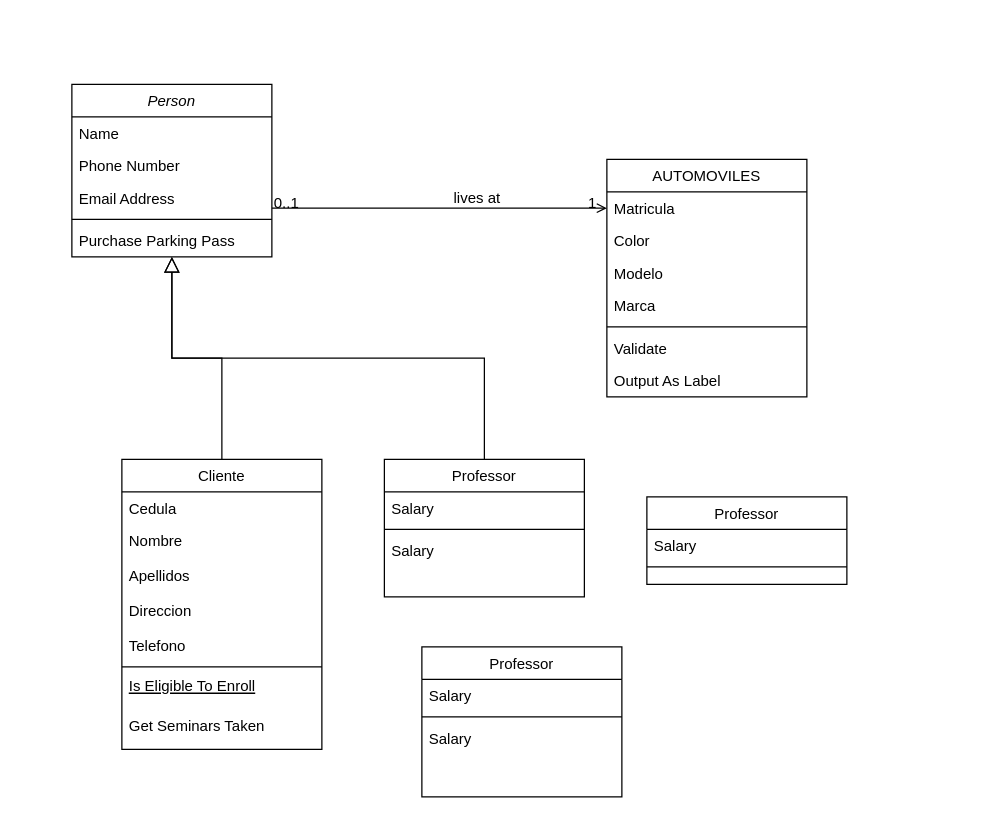
This is Untitled Diagram.drawio from Mateozzzz/Flowcharts-sena-, a draw.io file, before an edit. Source tidied: cells renumbered, new cells numbered last; positions are measured from the earlier drawing's top-left corner, leaving out a move shared by most shapes. Both pictures are drawn from the tidied source at 125%, with x=0, y=0 at pixel (71, 84).
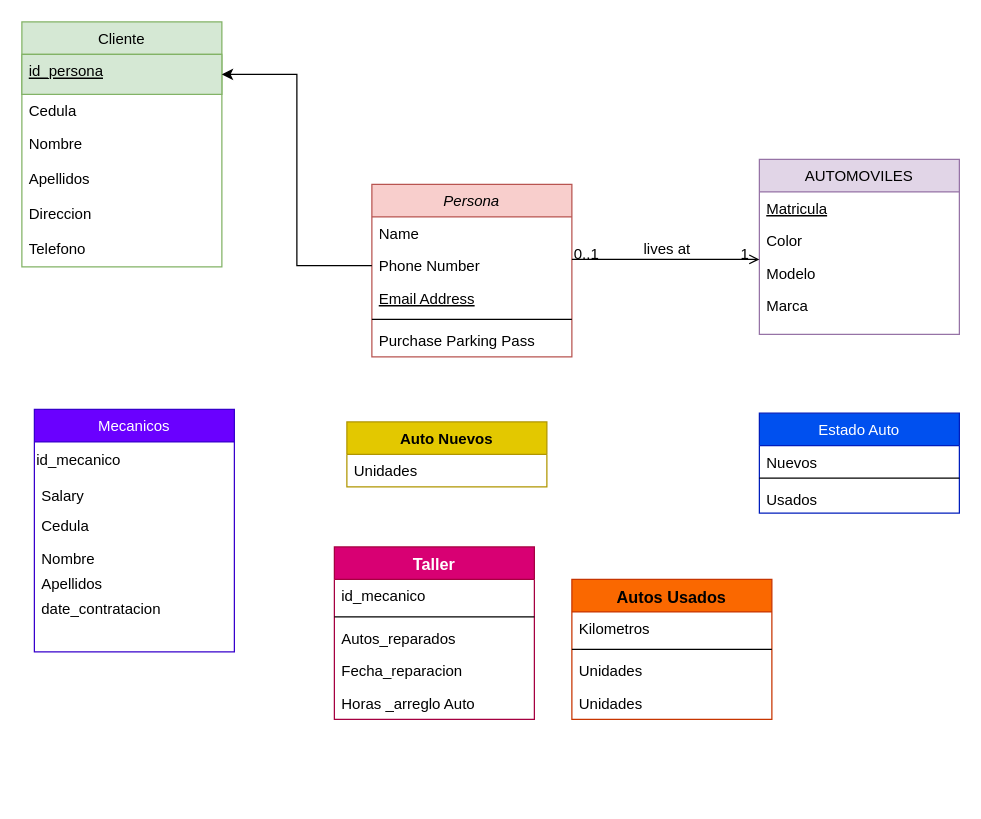
After the change.

The change refers to these unchanged cells:
```xml
<mxCell id="4" value="Phone Number" style="text;align=left;verticalAlign=top;spacingLeft=4;spacingRight=4;overflow=hidden;points=[[0,0.5],[1,0.5]];portConstraint=eastwest;rounded=0;shadow=0;html=0;" parent="2" vertex="1">
  <mxGeometry y="52" width="160" height="26" as="geometry" />
</mxCell>
```

Change to the diagram source:
```diff
@@
-    <mxCell id="2" value="Person" style="swimlane;fontStyle=2;align=center;verticalAlign=top;horizontal=1;startSize=26;rounded=0;shadow=0;strokeWidth=1;" parent="1" vertex="1">
-      <mxGeometry width="160" height="138" as="geometry" />
+    <mxCell id="2" value="Persona " style="swimlane;fontStyle=2;align=center;verticalAlign=top;horizontal=1;startSize=26;rounded=0;shadow=0;strokeWidth=1;fillColor=#f8cecc;strokeColor=#b85450;" parent="1" vertex="1">
+      <mxGeometry x="240" y="80" width="160" height="138" as="geometry" />
     </mxCell>
@@
-    <mxCell id="5" value="Email Address" style="text;align=left;verticalAlign=top;spacingLeft=4;spacingRight=4;overflow=hidden;rounded=0;shadow=0;html=0;" parent="2" vertex="1">
+    <mxCell id="5" value="Email Address" style="text;align=left;verticalAlign=top;spacingLeft=4;spacingRight=4;overflow=hidden;rounded=0;shadow=0;html=0;fontStyle=4;" parent="2" vertex="1">
       <mxGeometry y="78" width="160" height="26" as="geometry" />
     </mxCell>
@@
-    <mxCell id="8" value="Cliente" style="swimlane;fontStyle=0;align=center;verticalAlign=top;horizontal=1;startSize=26;rounded=0;shadow=0;strokeWidth=1;" parent="1" vertex="1">
-      <mxGeometry x="40" y="300" width="160" height="232" as="geometry" />
+    <mxCell id="8" value="Cliente" style="swimlane;fontStyle=0;align=center;verticalAlign=top;horizontal=1;startSize=26;rounded=0;shadow=0;strokeWidth=1;fillColor=#d5e8d4;strokeColor=#82b366;" parent="1" vertex="1">
+      <mxGeometry x="-40" y="-50" width="160" height="196" as="geometry" />
     </mxCell>
+    <mxCell id="15" value="id_persona" style="text;align=left;verticalAlign=top;spacingLeft=4;spacingRight=4;overflow=hidden;points=[[0,0.5],[1,0.5]];portConstraint=eastwest;fontStyle=4;fillColor=#d5e8d4;strokeColor=#82b366;" parent="8" vertex="1">
+      <mxGeometry y="26" width="160" height="32" as="geometry" />
+    </mxCell>
-    <mxCell id="9" value="Cedula" style="text;align=left;verticalAlign=top;spacingLeft=4;spacingRight=4;overflow=hidden;" parent="8" vertex="1">
-      <mxGeometry y="26" width="160" height="26" as="geometry" />
+    <mxCell id="9" value="Cedula" style="text;align=left;verticalAlign=top;spacingLeft=4;spacingRight=4;overflow=hidden;fontStyle=0;" parent="8" vertex="1">
+      <mxGeometry y="58" width="160" height="26" as="geometry" />
     </mxCell>
     <mxCell id="10" value="Nombre" style="text;align=left;verticalAlign=top;spacingLeft=4;spacingRight=4;overflow=hidden;rounded=0;shadow=0;html=0;" parent="8" vertex="1">
-      <mxGeometry y="52" width="160" height="28" as="geometry" />
+      <mxGeometry y="84" width="160" height="28" as="geometry" />
     </mxCell>
     <mxCell id="11" value="Apellidos" style="text;align=left;verticalAlign=top;spacingLeft=4;spacingRight=4;overflow=hidden;rounded=0;shadow=0;html=0;" parent="8" vertex="1">
-      <mxGeometry y="80" width="160" height="28" as="geometry" />
+      <mxGeometry y="112" width="160" height="28" as="geometry" />
     </mxCell>
     <mxCell id="12" value="Direccion" style="text;align=left;verticalAlign=top;spacingLeft=4;spacingRight=4;overflow=hidden;rounded=0;shadow=0;html=0;" parent="8" vertex="1">
-      <mxGeometry y="108" width="160" height="28" as="geometry" />
+      <mxGeometry y="140" width="160" height="28" as="geometry" />
     </mxCell>
     <mxCell id="13" value="Telefono" style="text;align=left;verticalAlign=top;spacingLeft=4;spacingRight=4;overflow=hidden;rounded=0;shadow=0;html=0;" parent="8" vertex="1">
-      <mxGeometry y="136" width="160" height="28" as="geometry" />
+      <mxGeometry y="168" width="160" height="28" as="geometry" />
     </mxCell>
-    <mxCell id="14" style="line;html=1;strokeWidth=1;align=left;verticalAlign=middle;spacingTop=-1;spacingLeft=3;spacingRight=3;labelPosition=right;" parent="8" vertex="1">
-      <mxGeometry y="164" width="160" height="4" as="geometry" />
-    </mxCell>
-    <mxCell id="15" value="Is Eligible To Enroll" style="text;align=left;verticalAlign=top;spacingLeft=4;spacingRight=4;overflow=hidden;points=[[0,0.5],[1,0.5]];portConstraint=eastwest;fontStyle=4;" parent="8" vertex="1">
-      <mxGeometry y="168" width="160" height="32" as="geometry" />
-    </mxCell>
-    <mxCell id="16" value="Get Seminars Taken" style="text;align=left;verticalAlign=top;spacingLeft=4;spacingRight=4;overflow=hidden;" parent="8" vertex="1">
-      <mxGeometry y="200" width="160" height="32" as="geometry" />
-    </mxCell>
-    <mxCell id="17" style="endArrow=block;endSize=10;endFill=0;shadow=0;strokeWidth=1;rounded=0;edgeStyle=elbowEdgeStyle;elbow=vertical;" parent="1" edge="1" source="8" target="2">
-      <mxGeometry relative="1" as="geometry" />
-    </mxCell>
-    <mxCell id="18" value="Professor" style="swimlane;fontStyle=0;align=center;verticalAlign=top;horizontal=1;startSize=26;rounded=0;shadow=0;strokeWidth=1;" parent="1" vertex="1">
-      <mxGeometry x="250" y="300" width="160" height="110" as="geometry" />
+    <mxCell id="18" value="Mecanicos " style="swimlane;fontStyle=0;align=center;verticalAlign=top;horizontal=1;startSize=26;rounded=0;shadow=0;strokeWidth=1;fillColor=#6a00ff;fontColor=#ffffff;strokeColor=#3700CC;" parent="1" vertex="1">
+      <mxGeometry x="-30" y="260" width="160" height="194" as="geometry" />
     </mxCell>
+    <mxCell id="42" value="&lt;div align=&quot;left&quot;&gt;id_mecanico&lt;/div&gt;" style="text;html=1;align=left;verticalAlign=middle;strokeColor=none;fillColor=none;" parent="18" vertex="1">
+      <mxGeometry y="26" width="160" height="30" as="geometry" />
+    </mxCell>
     <mxCell id="19" value="Salary" style="text;align=left;verticalAlign=top;spacingLeft=4;spacingRight=4;overflow=hidden;" parent="18" vertex="1">
-      <mxGeometry y="26" width="160" height="26" as="geometry" />
+      <mxGeometry y="56" width="160" height="24" as="geometry" />
     </mxCell>
-    <mxCell id="20" style="line;html=1;strokeWidth=1;align=left;verticalAlign=middle;spacingTop=-1;spacingLeft=3;spacingRight=3;labelPosition=right;" parent="18" vertex="1">
-      <mxGeometry y="52" width="160" height="8" as="geometry" />
-    </mxCell>
-    <mxCell id="21" value="Salary" style="text;align=left;verticalAlign=top;spacingLeft=4;spacingRight=4;overflow=hidden;" parent="18" vertex="1">
-      <mxGeometry y="60" width="160" height="50" as="geometry" />
+    <mxCell id="21" value="Cedula " style="text;align=left;verticalAlign=top;spacingLeft=4;spacingRight=4;overflow=hidden;" parent="18" vertex="1">
+      <mxGeometry y="80" width="160" height="26" as="geometry" />
     </mxCell>
-    <mxCell id="22" style="endArrow=block;endSize=10;endFill=0;shadow=0;strokeWidth=1;rounded=0;edgeStyle=elbowEdgeStyle;elbow=vertical;" parent="1" edge="1" source="18" target="2">
-      <mxGeometry relative="1" as="geometry" />
-    </mxCell>
+    <mxCell id="43" value="Nombre" style="text;align=left;verticalAlign=top;spacingLeft=4;spacingRight=4;overflow=hidden;" parent="18" vertex="1">
+      <mxGeometry y="106" width="160" height="20" as="geometry" />
+    </mxCell>
+    <mxCell id="44" value="Apellidos" style="text;align=left;verticalAlign=top;spacingLeft=4;spacingRight=4;overflow=hidden;" parent="18" vertex="1">
+      <mxGeometry y="126" width="160" height="20" as="geometry" />
+    </mxCell>
+    <mxCell id="45" value="date_contratacion" style="text;align=left;verticalAlign=top;spacingLeft=4;spacingRight=4;overflow=hidden;" parent="18" vertex="1">
+      <mxGeometry y="146" width="160" height="48" as="geometry" />
+    </mxCell>
-    <mxCell id="23" value="AUTOMOVILES" style="swimlane;fontStyle=0;align=center;verticalAlign=top;horizontal=1;startSize=26;rounded=0;shadow=0;strokeWidth=1;" parent="1" vertex="1">
-      <mxGeometry x="428" y="60" width="160" height="190" as="geometry" />
+    <mxCell id="23" value="AUTOMOVILES" style="swimlane;fontStyle=0;align=center;verticalAlign=top;horizontal=1;startSize=26;rounded=0;shadow=0;strokeWidth=1;fillColor=#e1d5e7;strokeColor=#9673a6;" parent="1" vertex="1">
+      <mxGeometry x="550" y="60" width="160" height="140" as="geometry" />
     </mxCell>
-    <mxCell id="24" value="Matricula" style="text;align=left;verticalAlign=top;spacingLeft=4;spacingRight=4;overflow=hidden;" parent="23" vertex="1">
+    <mxCell id="24" value="Matricula" style="text;align=left;verticalAlign=top;spacingLeft=4;spacingRight=4;overflow=hidden;fontStyle=4;" parent="23" vertex="1">
       <mxGeometry y="26" width="160" height="26" as="geometry" />
     </mxCell>
@@
-    <mxCell id="28" style="line;html=1;strokeWidth=1;align=left;verticalAlign=middle;spacingTop=-1;spacingLeft=3;spacingRight=3;labelPosition=right;" parent="23" vertex="1">
-      <mxGeometry y="130" width="160" height="8" as="geometry" />
-    </mxCell>
-    <mxCell id="29" value="Validate" style="text;align=left;verticalAlign=top;spacingLeft=4;spacingRight=4;overflow=hidden;" parent="23" vertex="1">
-      <mxGeometry y="138" width="160" height="26" as="geometry" />
-    </mxCell>
-    <mxCell id="30" value="Output As Label" style="text;align=left;verticalAlign=top;spacingLeft=4;spacingRight=4;overflow=hidden;" parent="23" vertex="1">
-      <mxGeometry y="164" width="160" height="26" as="geometry" />
-    </mxCell>
@@
-    <mxCell id="35" value="Professor" style="swimlane;fontStyle=0;align=center;verticalAlign=top;horizontal=1;startSize=26;rounded=0;shadow=0;strokeWidth=1;" parent="1" vertex="1">
-      <mxGeometry x="460" y="330" width="160" height="70" as="geometry" />
+    <mxCell id="35" value="Autos Usados" style="swimlane;fontStyle=1;align=center;verticalAlign=top;horizontal=1;startSize=26;rounded=0;shadow=0;strokeWidth=1;fontSize=13;fillColor=#fa6800;fontColor=#000000;strokeColor=#C73500;" parent="1" vertex="1">
+      <mxGeometry x="400" y="396" width="160" height="112" as="geometry" />
     </mxCell>
-    <mxCell id="36" value="Salary" style="text;align=left;verticalAlign=top;spacingLeft=4;spacingRight=4;overflow=hidden;" parent="35" vertex="1">
+    <mxCell id="36" value="Kilometros " style="text;align=left;verticalAlign=top;spacingLeft=4;spacingRight=4;overflow=hidden;" parent="35" vertex="1">
       <mxGeometry y="26" width="160" height="26" as="geometry" />
     </mxCell>
@@
+    <mxCell id="46" value="Unidades" style="text;align=left;verticalAlign=top;spacingLeft=4;spacingRight=4;overflow=hidden;" parent="35" vertex="1">
+      <mxGeometry y="60" width="160" height="26" as="geometry" />
+    </mxCell>
+    <mxCell id="47" value="Unidades" style="text;align=left;verticalAlign=top;spacingLeft=4;spacingRight=4;overflow=hidden;" parent="35" vertex="1">
+      <mxGeometry y="86" width="160" height="26" as="geometry" />
+    </mxCell>
-    <mxCell id="38" value="Professor" style="swimlane;fontStyle=0;align=center;verticalAlign=top;horizontal=1;startSize=26;rounded=0;shadow=0;strokeWidth=1;" parent="1" vertex="1">
-      <mxGeometry x="280" y="450" width="160" height="120" as="geometry" />
+    <mxCell id="38" value="Estado Auto" style="swimlane;fontStyle=0;align=center;verticalAlign=top;horizontal=1;startSize=26;rounded=0;shadow=0;strokeWidth=1;fillColor=#0050ef;fontColor=#ffffff;strokeColor=#001DBC;" parent="1" vertex="1">
+      <mxGeometry x="550" y="263" width="160" height="80" as="geometry" />
     </mxCell>
-    <mxCell id="39" value="Salary" style="text;align=left;verticalAlign=top;spacingLeft=4;spacingRight=4;overflow=hidden;" parent="38" vertex="1">
-      <mxGeometry y="26" width="160" height="26" as="geometry" />
+    <mxCell id="39" value="Nuevos " style="text;align=left;verticalAlign=top;spacingLeft=4;spacingRight=4;overflow=hidden;" parent="38" vertex="1">
+      <mxGeometry y="26" width="160" height="22" as="geometry" />
     </mxCell>
     <mxCell id="40" style="line;html=1;strokeWidth=1;align=left;verticalAlign=middle;spacingTop=-1;spacingLeft=3;spacingRight=3;labelPosition=right;" parent="38" vertex="1">
-      <mxGeometry y="52" width="160" height="8" as="geometry" />
+      <mxGeometry y="48" width="160" height="8" as="geometry" />
     </mxCell>
-    <mxCell id="41" value="Salary" style="text;align=left;verticalAlign=top;spacingLeft=4;spacingRight=4;overflow=hidden;" parent="38" vertex="1">
-      <mxGeometry y="60" width="160" height="50" as="geometry" />
+    <mxCell id="41" value="Usados " style="text;align=left;verticalAlign=top;spacingLeft=4;spacingRight=4;overflow=hidden;" parent="38" vertex="1">
+      <mxGeometry y="56" width="160" height="20" as="geometry" />
     </mxCell>
+    <mxCell id="48" style="edgeStyle=orthogonalEdgeStyle;rounded=0;jettySize=auto;html=1;" parent="1" edge="1" source="4" target="15">
+      <mxGeometry relative="1" as="geometry" />
+    </mxCell>
+    <mxCell id="49" value="Auto Nuevos " style="swimlane;fontStyle=1;align=center;verticalAlign=top;horizontal=1;startSize=26;rounded=0;shadow=0;strokeWidth=1;fillColor=#e3c800;fontColor=#000000;strokeColor=#B09500;" parent="1" vertex="1">
+      <mxGeometry x="220" y="270" width="160" height="52" as="geometry" />
+    </mxCell>
+    <mxCell id="50" value="Unidades" style="text;align=left;verticalAlign=top;spacingLeft=4;spacingRight=4;overflow=hidden;" parent="49" vertex="1">
+      <mxGeometry y="26" width="160" height="26" as="geometry" />
+    </mxCell>
+    <mxCell id="51" value="Taller " style="swimlane;fontStyle=1;align=center;verticalAlign=top;horizontal=1;startSize=26;rounded=0;shadow=0;strokeWidth=1;fontSize=13;fillColor=#d80073;fontColor=#ffffff;strokeColor=#A50040;" parent="1" vertex="1">
+      <mxGeometry x="210" y="370" width="160" height="138" as="geometry" />
+    </mxCell>
+    <mxCell id="52" value="id_mecanico" style="text;align=left;verticalAlign=top;spacingLeft=4;spacingRight=4;overflow=hidden;" parent="51" vertex="1">
+      <mxGeometry y="26" width="160" height="26" as="geometry" />
+    </mxCell>
+    <mxCell id="20" style="line;html=1;strokeWidth=1;align=left;verticalAlign=middle;spacingTop=-1;spacingLeft=3;spacingRight=3;labelPosition=right;" parent="51" vertex="1">
+      <mxGeometry y="52" width="160" height="8" as="geometry" />
+    </mxCell>
+    <mxCell id="53" value="Autos_reparados" style="text;align=left;verticalAlign=top;spacingLeft=4;spacingRight=4;overflow=hidden;" parent="51" vertex="1">
+      <mxGeometry y="60" width="160" height="26" as="geometry" />
+    </mxCell>
+    <mxCell id="54" value="Fecha_reparacion" style="text;align=left;verticalAlign=top;spacingLeft=4;spacingRight=4;overflow=hidden;" parent="51" vertex="1">
+      <mxGeometry y="86" width="160" height="26" as="geometry" />
+    </mxCell>
+    <mxCell id="55" value="Horas _arreglo Auto" style="text;align=left;verticalAlign=top;spacingLeft=4;spacingRight=4;overflow=hidden;" parent="51" vertex="1">
+      <mxGeometry y="112" width="160" height="26" as="geometry" />
+    </mxCell>
```
